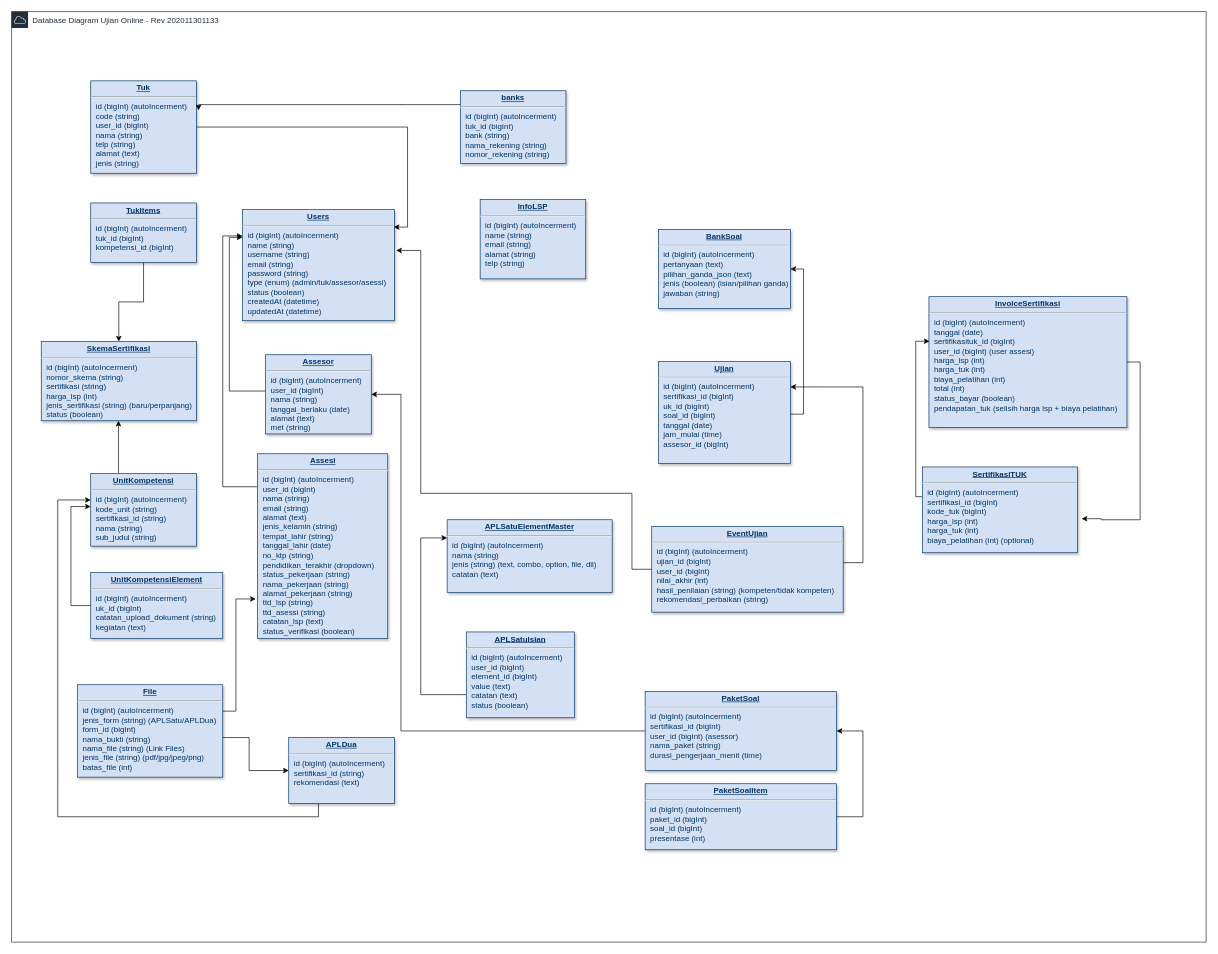
awankelana/vip-db keeps this draw.io diagram as db.drawio. Above is the earlier version. Source tidied: cells renumbered, new cells numbered last; positions are measured from the earlier drawing's top-left corner, leaving out a move shared by most shapes. Both pictures are drawn from the tidied source at 66%, with x=0, y=0 at pixel (11, 11).
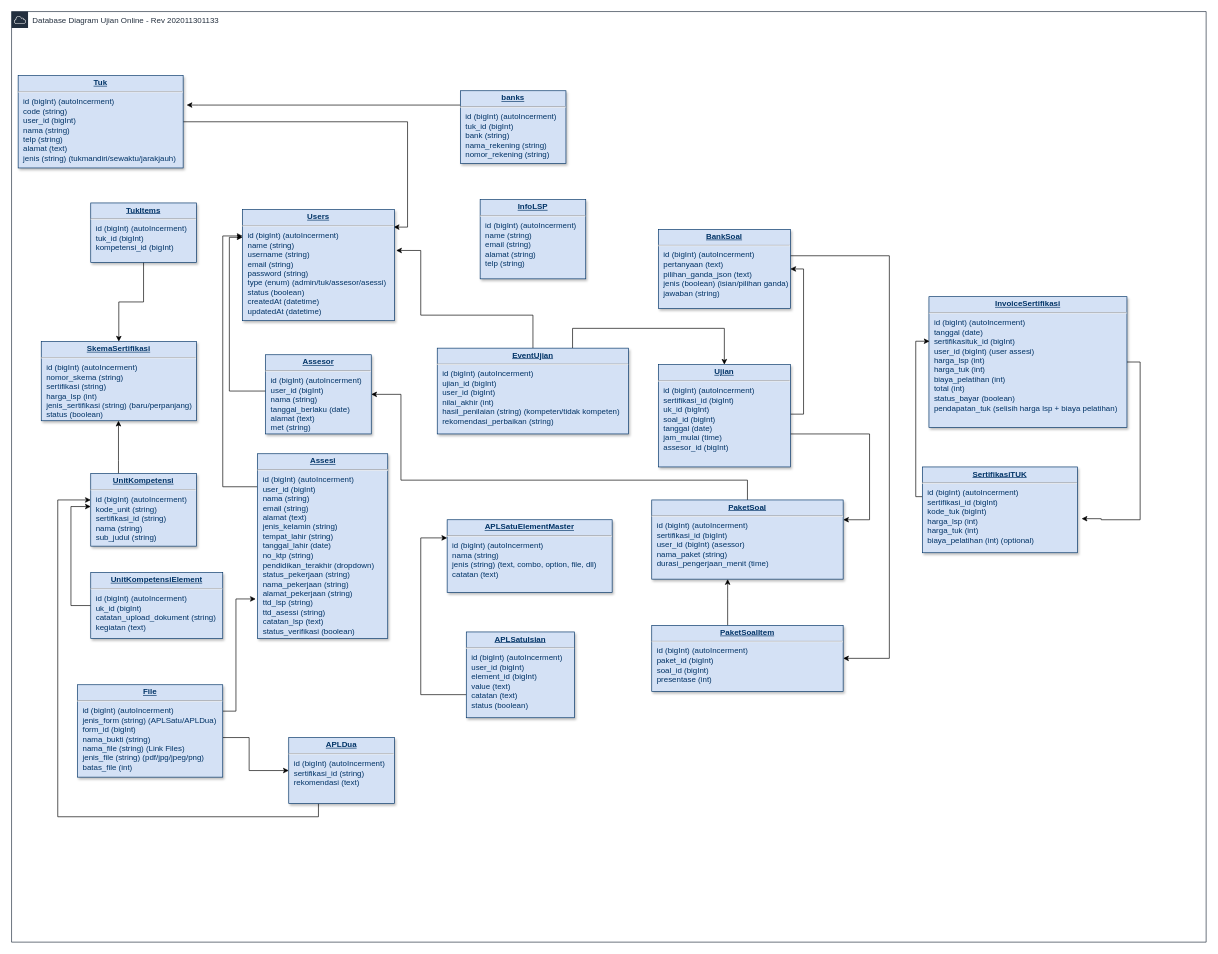
The same page after the edit.

The change refers to these unchanged cells:
```xml
<mxCell id="9" value="&lt;p style=&quot;margin: 0px ; margin-top: 4px ; text-align: center ; text-decoration: underline&quot;&gt;&lt;strong&gt;Users&lt;/strong&gt;&lt;/p&gt;&lt;hr&gt;&lt;p style=&quot;margin: 0px ; margin-left: 8px&quot;&gt;id (bigInt) (autoIncerment)&lt;/p&gt;&lt;p style=&quot;margin: 0px ; margin-left: 8px&quot;&gt;name (string)&lt;/p&gt;&lt;p style=&quot;margin: 0px ; margin-left: 8px&quot;&gt;username (string)&lt;/p&gt;&lt;p style=&quot;margin: 0px ; margin-left: 8px&quot;&gt;email (string)&lt;/p&gt;&lt;p style=&quot;margin: 0px ; margin-left: 8px&quot;&gt;password (string)&lt;/p&gt;&lt;p style=&quot;margin: 0px ; margin-left: 8px&quot;&gt;type (enum) (admin/tuk/assesor/asessi)&lt;/p&gt;&lt;p style=&quot;margin: 0px ; margin-left: 8px&quot;&gt;status (boolean)&lt;/p&gt;&lt;p style=&quot;margin: 0px ; margin-left: 8px&quot;&gt;createdAt (datetime)&lt;/p&gt;&lt;p style=&quot;margin: 0px ; margin-left: 8px&quot;&gt;updatedAt (datetime)&lt;/p&gt;" style="verticalAlign=top;align=left;overflow=fill;fontSize=12;fontFamily=Helvetica;html=1;strokeColor=#003366;shadow=1;fillColor=#D4E1F5;fontColor=#003366;" parent="1" vertex="1">
  <mxGeometry x="350" y="300" width="230" height="168.4" as="geometry" />
</mxCell>
<mxCell id="13" value="&lt;p style=&quot;margin: 0px ; margin-top: 4px ; text-align: center ; text-decoration: underline&quot;&gt;&lt;b&gt;banks&lt;/b&gt;&lt;/p&gt;&lt;hr&gt;&lt;p style=&quot;margin: 0px ; margin-left: 8px&quot;&gt;id (bigInt) (autoIncerment)&lt;/p&gt;&lt;p style=&quot;margin: 0px ; margin-left: 8px&quot;&gt;tuk_id (bigInt)&lt;br&gt;bank (string)&lt;/p&gt;&lt;p style=&quot;margin: 0px ; margin-left: 8px&quot;&gt;nama_rekening (string)&lt;/p&gt;&lt;p style=&quot;margin: 0px ; margin-left: 8px&quot;&gt;nomor_rekening (string)&lt;/p&gt;" style="verticalAlign=top;align=left;overflow=fill;fontSize=12;fontFamily=Helvetica;html=1;strokeColor=#003366;shadow=1;fillColor=#D4E1F5;fontColor=#003366;" parent="1" vertex="1">
  <mxGeometry x="680" y="120" width="160" height="110" as="geometry" />
</mxCell>
<mxCell id="16" value="&lt;p style=&quot;margin: 0px ; margin-top: 4px ; text-align: center ; text-decoration: underline&quot;&gt;&lt;strong&gt;Assesor&lt;/strong&gt;&lt;/p&gt;&lt;hr&gt;&lt;p style=&quot;margin: 0px ; margin-left: 8px&quot;&gt;id (bigInt) (autoIncerment)&lt;/p&gt;&lt;p style=&quot;margin: 0px ; margin-left: 8px&quot;&gt;user_id (bigInt)&lt;/p&gt;&lt;p style=&quot;margin: 0px ; margin-left: 8px&quot;&gt;nama (string)&lt;/p&gt;&lt;p style=&quot;margin: 0px ; margin-left: 8px&quot;&gt;tanggal_berlaku (date)&lt;/p&gt;&lt;p style=&quot;margin: 0px ; margin-left: 8px&quot;&gt;alamat (text)&lt;/p&gt;&lt;p style=&quot;margin: 0px ; margin-left: 8px&quot;&gt;met (string)&lt;br&gt;&lt;/p&gt;" style="verticalAlign=top;align=left;overflow=fill;fontSize=12;fontFamily=Helvetica;html=1;strokeColor=#003366;shadow=1;fillColor=#D4E1F5;fontColor=#003366;" parent="1" vertex="1">
  <mxGeometry x="385" y="520" width="160" height="120" as="geometry" />
</mxCell>
<mxCell id="32" value="&lt;p style=&quot;margin: 0px ; margin-top: 4px ; text-align: center ; text-decoration: underline&quot;&gt;&lt;strong&gt;BankSoal&lt;/strong&gt;&lt;/p&gt;&lt;hr&gt;&lt;p style=&quot;margin: 0px ; margin-left: 8px&quot;&gt;id (bigInt) (autoIncerment)&lt;/p&gt;&lt;p style=&quot;margin: 0px ; margin-left: 8px&quot;&gt;pertanyaan (text)&lt;/p&gt;&lt;p style=&quot;margin: 0px ; margin-left: 8px&quot;&gt;pilihan_ganda_json (text)&lt;/p&gt;&lt;p style=&quot;margin: 0px ; margin-left: 8px&quot;&gt;jenis (boolean) (isian/pilihan ganda)&lt;/p&gt;&lt;p style=&quot;margin: 0px ; margin-left: 8px&quot;&gt;jawaban (string)&lt;/p&gt;" style="verticalAlign=top;align=left;overflow=fill;fontSize=12;fontFamily=Helvetica;html=1;strokeColor=#003366;shadow=1;fillColor=#D4E1F5;fontColor=#003366;" parent="1" vertex="1">
  <mxGeometry x="980" y="330" width="200" height="120" as="geometry" />
</mxCell>
```

What changed in the source:
```diff
@@
-    <mxCell id="4" value="&lt;p style=&quot;margin: 0px ; margin-top: 4px ; text-align: center ; text-decoration: underline&quot;&gt;&lt;b&gt;Tuk&lt;/b&gt;&lt;/p&gt;&lt;hr&gt;&lt;p style=&quot;margin: 0px ; margin-left: 8px&quot;&gt;id (bigInt) (autoIncerment)&lt;br&gt;&lt;/p&gt;&lt;p style=&quot;margin: 0px ; margin-left: 8px&quot;&gt;code (string)&lt;br&gt;user_id (bigInt)&lt;/p&gt;&lt;p style=&quot;margin: 0px ; margin-left: 8px&quot;&gt;nama (string)&lt;/p&gt;&lt;p style=&quot;margin: 0px ; margin-left: 8px&quot;&gt;telp (string)&lt;/p&gt;&lt;p style=&quot;margin: 0px ; margin-left: 8px&quot;&gt;alamat (text)&lt;/p&gt;&lt;p style=&quot;margin: 0px ; margin-left: 8px&quot;&gt;jenis (string)&lt;/p&gt;" style="verticalAlign=top;align=left;overflow=fill;fontSize=12;fontFamily=Helvetica;html=1;strokeColor=#003366;shadow=1;fillColor=#D4E1F5;fontColor=#003366;" parent="1" vertex="1">
-      <mxGeometry x="120" y="105" width="160" height="140" as="geometry" />
+    <mxCell id="4" value="&lt;p style=&quot;margin: 0px ; margin-top: 4px ; text-align: center ; text-decoration: underline&quot;&gt;&lt;b&gt;Tuk&lt;/b&gt;&lt;/p&gt;&lt;hr&gt;&lt;p style=&quot;margin: 0px ; margin-left: 8px&quot;&gt;id (bigInt) (autoIncerment)&lt;br&gt;&lt;/p&gt;&lt;p style=&quot;margin: 0px ; margin-left: 8px&quot;&gt;code (string)&lt;br&gt;user_id (bigInt)&lt;/p&gt;&lt;p style=&quot;margin: 0px ; margin-left: 8px&quot;&gt;nama (string)&lt;/p&gt;&lt;p style=&quot;margin: 0px ; margin-left: 8px&quot;&gt;telp (string)&lt;/p&gt;&lt;p style=&quot;margin: 0px ; margin-left: 8px&quot;&gt;alamat (text)&lt;/p&gt;&lt;p style=&quot;margin: 0px ; margin-left: 8px&quot;&gt;jenis (string) (tukmandiri/sewaktu/jarakjauh)&lt;/p&gt;" style="verticalAlign=top;align=left;overflow=fill;fontSize=12;fontFamily=Helvetica;html=1;strokeColor=#003366;shadow=1;fillColor=#D4E1F5;fontColor=#003366;" parent="1" vertex="1">
+      <mxGeometry x="10" y="97" width="250" height="140" as="geometry" />
     </mxCell>
@@
     <mxCell id="12" style="edgeStyle=orthogonalEdgeStyle;rounded=0;jettySize=auto;html=1;entryX=1.021;entryY=0.319;entryDx=0;entryDy=0;entryPerimeter=0;" parent="1" edge="1" source="13" target="4">
       <mxGeometry relative="1" as="geometry">
         <Array as="points">
-          <mxPoint x="600" y="141" />
-          <mxPoint x="600" y="141" />
+          <mxPoint x="283" y="141" />
         </Array>
       </mxGeometry>
     </mxCell>
@@
+    <mxCell id="42" style="edgeStyle=orthogonalEdgeStyle;rounded=0;jettySize=auto;html=1;entryX=1;entryY=0.5;entryDx=0;entryDy=0;" parent="1" edge="1" source="32" target="41">
+      <mxGeometry relative="1" as="geometry">
+        <Array as="points">
+          <mxPoint x="1330" y="370" />
+          <mxPoint x="1330" y="980" />
+        </Array>
+      </mxGeometry>
+    </mxCell>
@@
+    <mxCell id="43" style="edgeStyle=orthogonalEdgeStyle;rounded=0;jettySize=auto;html=1;entryX=1;entryY=0.25;entryDx=0;entryDy=0;" parent="1" edge="1" source="34" target="39">
+      <mxGeometry relative="1" as="geometry">
+        <Array as="points">
+          <mxPoint x="1300" y="640" />
+          <mxPoint x="1300" y="770" />
+        </Array>
+      </mxGeometry>
+    </mxCell>
     <mxCell id="34" value="&lt;p style=&quot;margin: 0px ; margin-top: 4px ; text-align: center ; text-decoration: underline&quot;&gt;&lt;strong&gt;Ujian&lt;/strong&gt;&lt;/p&gt;&lt;hr&gt;&lt;p style=&quot;margin: 0px ; margin-left: 8px&quot;&gt;id (bigInt) (autoIncerment)&lt;/p&gt;&lt;p style=&quot;margin: 0px ; margin-left: 8px&quot;&gt;sertifikasi_id (bigInt)&lt;/p&gt;&lt;p style=&quot;margin: 0px ; margin-left: 8px&quot;&gt;uk_id (bigInt)&lt;/p&gt;&lt;p style=&quot;margin: 0px ; margin-left: 8px&quot;&gt;soal_id (bigInt)&lt;/p&gt;&lt;p style=&quot;margin: 0px ; margin-left: 8px&quot;&gt;tanggal (date)&lt;/p&gt;&lt;p style=&quot;margin: 0px ; margin-left: 8px&quot;&gt;jam_mulai (time)&lt;/p&gt;&lt;p style=&quot;margin: 0px ; margin-left: 8px&quot;&gt;assesor_id (bigInt)&lt;/p&gt;" style="verticalAlign=top;align=left;overflow=fill;fontSize=12;fontFamily=Helvetica;html=1;strokeColor=#003366;shadow=1;fillColor=#D4E1F5;fontColor=#003366;" parent="1" vertex="1">
-      <mxGeometry x="980" y="530" width="200" height="155" as="geometry" />
+      <mxGeometry x="980" y="535" width="200" height="155" as="geometry" />
     </mxCell>
-    <mxCell id="35" style="edgeStyle=orthogonalEdgeStyle;rounded=0;jettySize=auto;html=1;entryX=1;entryY=0.25;entryDx=0;entryDy=0;" parent="1" edge="1" source="37" target="34">
+    <mxCell id="35" style="edgeStyle=orthogonalEdgeStyle;rounded=0;jettySize=auto;html=1;entryX=0.5;entryY=0;entryDx=0;entryDy=0;" parent="1" edge="1" source="37" target="34">
       <mxGeometry relative="1" as="geometry">
         <Array as="points">
-          <mxPoint x="1290" y="835" />
-          <mxPoint x="1290" y="569" />
+          <mxPoint x="850" y="480" />
+          <mxPoint x="1080" y="480" />
         </Array>
       </mxGeometry>
     </mxCell>
     <mxCell id="36" style="edgeStyle=orthogonalEdgeStyle;rounded=0;jettySize=auto;html=1;entryX=1.012;entryY=0.368;entryDx=0;entryDy=0;entryPerimeter=0;" parent="1" edge="1" source="37" target="9">
       <mxGeometry relative="1" as="geometry">
         <Array as="points">
-          <mxPoint x="940" y="845" />
-          <mxPoint x="940" y="730" />
-          <mxPoint x="620" y="730" />
+          <mxPoint x="790" y="460" />
+          <mxPoint x="620" y="460" />
           <mxPoint x="620" y="362" />
         </Array>
       </mxGeometry>
     </mxCell>
     <mxCell id="37" value="&lt;p style=&quot;margin: 0px ; margin-top: 4px ; text-align: center ; text-decoration: underline&quot;&gt;&lt;strong&gt;EventUjian&lt;/strong&gt;&lt;/p&gt;&lt;hr&gt;&lt;p style=&quot;margin: 0px ; margin-left: 8px&quot;&gt;id (bigInt) (autoIncerment)&lt;/p&gt;&lt;p style=&quot;margin: 0px ; margin-left: 8px&quot;&gt;ujian_id (bigInt)&lt;/p&gt;&lt;p style=&quot;margin: 0px ; margin-left: 8px&quot;&gt;user_id (bigInt)&lt;/p&gt;&lt;p style=&quot;margin: 0px ; margin-left: 8px&quot;&gt;nilai_akhir (int)&lt;/p&gt;&lt;p style=&quot;margin: 0px ; margin-left: 8px&quot;&gt;hasil_penilaian (string) (kompeten/tidak kompeten)&lt;/p&gt;&lt;p style=&quot;margin: 0px ; margin-left: 8px&quot;&gt;rekomendasi_perbaikan (string)&lt;/p&gt;" style="verticalAlign=top;align=left;overflow=fill;fontSize=12;fontFamily=Helvetica;html=1;strokeColor=#003366;shadow=1;fillColor=#D4E1F5;fontColor=#003366;" parent="1" vertex="1">
-      <mxGeometry x="970" y="780" width="290" height="130" as="geometry" />
+      <mxGeometry x="645" y="510" width="290" height="130" as="geometry" />
     </mxCell>
     <mxCell id="38" style="edgeStyle=orthogonalEdgeStyle;rounded=0;jettySize=auto;html=1;" parent="1" edge="1" source="39" target="16">
       <mxGeometry relative="1" as="geometry">
         <Array as="points">
-          <mxPoint x="590" y="1090" />
+          <mxPoint x="1115" y="710" />
+          <mxPoint x="590" y="710" />
           <mxPoint x="590" y="580" />
         </Array>
       </mxGeometry>
     </mxCell>
     <mxCell id="39" value="&lt;p style=&quot;margin: 0px ; margin-top: 4px ; text-align: center ; text-decoration: underline&quot;&gt;&lt;strong&gt;PaketSoal&lt;/strong&gt;&lt;/p&gt;&lt;hr&gt;&lt;p style=&quot;margin: 0px ; margin-left: 8px&quot;&gt;id (bigInt) (autoIncerment)&lt;/p&gt;&lt;p style=&quot;margin: 0px ; margin-left: 8px&quot;&gt;&lt;span&gt;sertifikasi_id (bigInt)&lt;/span&gt;&lt;br&gt;&lt;/p&gt;&lt;p style=&quot;margin: 0px ; margin-left: 8px&quot;&gt;user_id (bigInt) (asessor)&lt;/p&gt;&lt;p style=&quot;margin: 0px ; margin-left: 8px&quot;&gt;nama_paket (string)&lt;/p&gt;&lt;p style=&quot;margin: 0px ; margin-left: 8px&quot;&gt;durasi_pengerjaan_menit (time)&lt;/p&gt;" style="verticalAlign=top;align=left;overflow=fill;fontSize=12;fontFamily=Helvetica;html=1;strokeColor=#003366;shadow=1;fillColor=#D4E1F5;fontColor=#003366;" parent="1" vertex="1">
-      <mxGeometry x="960" y="1030" width="290" height="120" as="geometry" />
+      <mxGeometry x="970" y="740" width="290" height="120" as="geometry" />
     </mxCell>
     <mxCell id="40" style="edgeStyle=orthogonalEdgeStyle;rounded=0;jettySize=auto;html=1;" parent="1" edge="1" source="41" target="39">
       <mxGeometry relative="1" as="geometry">
         <Array as="points">
-          <mxPoint x="1290" y="1220" />
-          <mxPoint x="1290" y="1090" />
+          <mxPoint x="1085" y="890" />
+          <mxPoint x="1085" y="890" />
         </Array>
       </mxGeometry>
     </mxCell>
     <mxCell id="41" value="&lt;p style=&quot;margin: 0px ; margin-top: 4px ; text-align: center ; text-decoration: underline&quot;&gt;&lt;strong&gt;PaketSoalItem&lt;/strong&gt;&lt;/p&gt;&lt;hr&gt;&lt;p style=&quot;margin: 0px ; margin-left: 8px&quot;&gt;id (bigInt) (autoIncerment)&lt;/p&gt;&lt;p style=&quot;margin: 0px ; margin-left: 8px&quot;&gt;paket_id (bigInt)&lt;/p&gt;&lt;p style=&quot;margin: 0px ; margin-left: 8px&quot;&gt;soal_id (bigInt)&lt;/p&gt;&lt;p style=&quot;margin: 0px ; margin-left: 8px&quot;&gt;presentase (int)&lt;/p&gt;" style="verticalAlign=top;align=left;overflow=fill;fontSize=12;fontFamily=Helvetica;html=1;strokeColor=#003366;shadow=1;fillColor=#D4E1F5;fontColor=#003366;" parent="1" vertex="1">
-      <mxGeometry x="960" y="1170" width="290" height="100" as="geometry" />
+      <mxGeometry x="970" y="930" width="290" height="100" as="geometry" />
     </mxCell>
```
